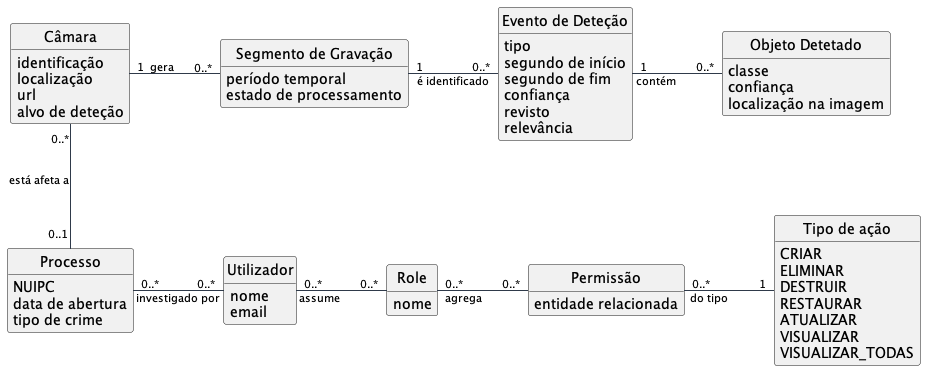
Before: thesis/ch3/assets/domain-model.png, a diagram exported from PlantUML (gustavocaiano/fuse).
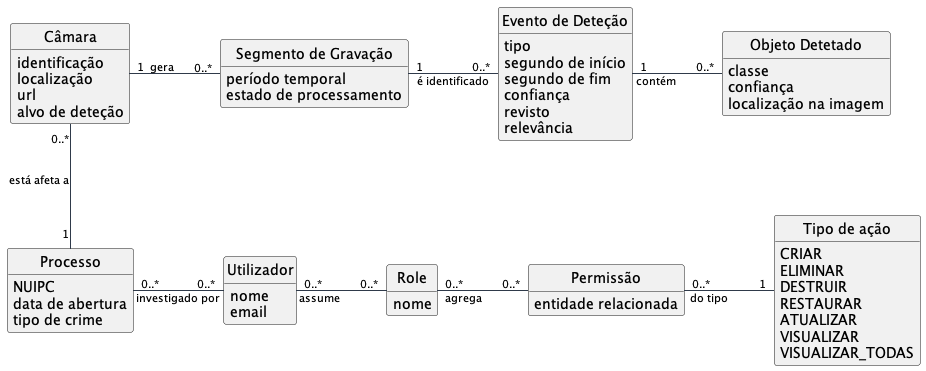
After the change.

The edit, as a diff of the source:
```diff
@@ -83,7 +83,7 @@
 Permissao  "0..*" -right-  "1" Action : do tipo
 
 Processo "0..*" -right- "0..*" Utilizador : investigado por
-Camara "0..*" -down- "0..1" Processo : está afeta a
+Camara "0..*" -down- "1" Processo : está afeta a
 
 Camara "1" -right- "0..*" SegmentoGravacao : gera
 SegmentoGravacao "1" -right- "0..*" EventoDetecao : é identificado
```
